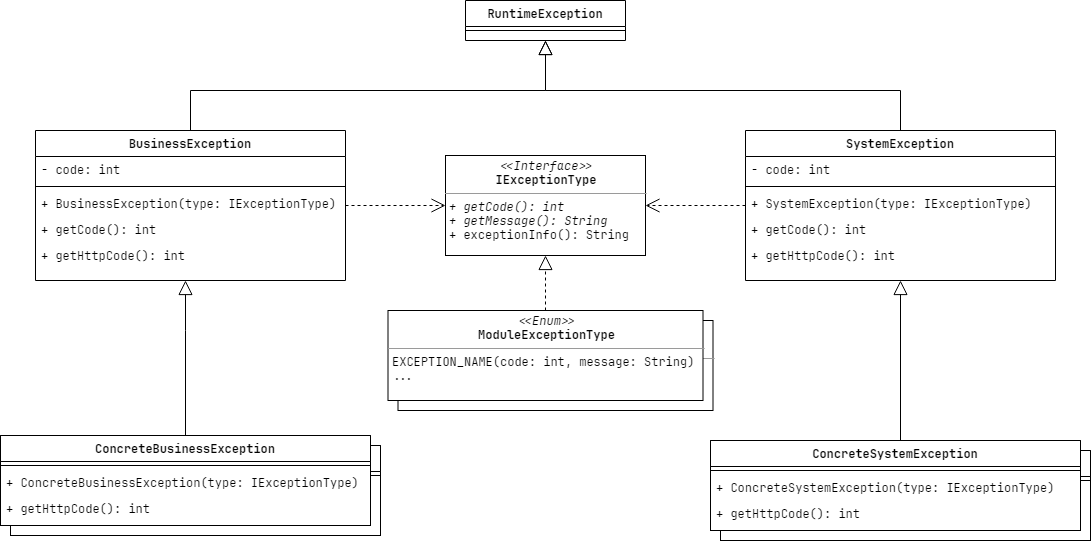
Before: design/迭代一/resource/image/异常设计.png, a diagram exported from draw.io (hellovie/online-article-reading-platform). Source tidied: cells renumbered, new cells last; positions are measured from the earlier drawing's top-left corner, leaving out a move shared by most shapes. Source of this version:
```xml
<mxGraphModel>
  <root>
    <mxCell id="0" />
    <mxCell id="1" parent="0" />
    <mxCell id="2" style="edgeStyle=orthogonalEdgeStyle;rounded=0;jettySize=auto;html=1;exitX=0.5;exitY=0;exitDx=0;exitDy=0;entryX=0.5;entryY=1;entryDx=0;entryDy=0;fontFamily=JetBrains Mono;endArrow=block;endFill=0;endSize=12;" parent="1" edge="1" source="9" target="5">
      <mxGeometry relative="1" as="geometry" />
    </mxCell>
    <mxCell id="3" value="&lt;p style=&quot;margin: 0px ; margin-top: 4px ; text-align: center&quot;&gt;&lt;i&gt;&amp;lt;&amp;lt;Interface&amp;gt;&amp;gt;&lt;/i&gt;&lt;br&gt;&lt;b&gt;IExceptionType&lt;/b&gt;&lt;/p&gt;&lt;hr size=&quot;1&quot;&gt;&lt;p style=&quot;margin: 0px ; margin-left: 4px&quot;&gt;&lt;i&gt;+ getCode(): int&lt;br&gt;&lt;/i&gt;&lt;/p&gt;&lt;p style=&quot;margin: 0px ; margin-left: 4px&quot;&gt;&lt;i&gt;+ getMessage(): String&lt;/i&gt;&lt;/p&gt;&lt;p style=&quot;margin: 0px ; margin-left: 4px&quot;&gt;+ exceptionInfo(): String&lt;/p&gt;" style="verticalAlign=top;align=left;overflow=fill;fontSize=12;fontFamily=JetBrains Mono;html=1;" parent="1" vertex="1">
      <mxGeometry x="445" y="155" width="200" height="100" as="geometry" />
    </mxCell>
    <mxCell id="4" style="edgeStyle=orthogonalEdgeStyle;rounded=0;jettySize=auto;html=1;entryX=0.5;entryY=1;entryDx=0;entryDy=0;fontFamily=JetBrains Mono;endArrow=block;endFill=0;endSize=12;" parent="1" edge="1" source="15" target="5">
      <mxGeometry relative="1" as="geometry">
        <Array as="points">
          <mxPoint x="900" y="90" />
          <mxPoint x="545" y="90" />
        </Array>
      </mxGeometry>
    </mxCell>
    <mxCell id="5" value="RuntimeException" style="swimlane;fontStyle=1;align=center;verticalAlign=top;horizontal=1;startSize=26;rounded=0;shadow=0;strokeWidth=1;fontFamily=JetBrains Mono;" parent="1" vertex="1">
      <mxGeometry x="465" width="160" height="40" as="geometry" />
    </mxCell>
    <mxCell id="6" style="line;html=1;strokeWidth=1;align=left;verticalAlign=middle;spacingTop=-1;spacingLeft=3;spacingRight=3;labelPosition=right;fontFamily=JetBrains Mono;" parent="5" vertex="1">
      <mxGeometry y="26" width="160" height="8" as="geometry" />
    </mxCell>
    <mxCell id="7" style="edgeStyle=orthogonalEdgeStyle;rounded=0;jettySize=auto;html=1;endArrow=open;endFill=0;endSize=12;fontFamily=JetBrains Mono;dashed=1;entryX=0;entryY=0.5;entryDx=0;entryDy=0;" parent="1" edge="1" source="9" target="3">
      <mxGeometry relative="1" as="geometry" />
    </mxCell>
    <mxCell id="8" style="edgeStyle=orthogonalEdgeStyle;rounded=0;jettySize=auto;html=1;endArrow=open;endFill=0;endSize=12;fontFamily=JetBrains Mono;dashed=1;entryX=1;entryY=0.5;entryDx=0;entryDy=0;" parent="1" edge="1" source="15" target="3">
      <mxGeometry relative="1" as="geometry" />
    </mxCell>
    <mxCell id="9" value="BusinessException" style="swimlane;fontStyle=1;align=center;verticalAlign=top;horizontal=1;startSize=26;rounded=0;shadow=0;strokeWidth=1;fontFamily=JetBrains Mono;" parent="1" vertex="1">
      <mxGeometry x="35" y="130" width="310" height="150" as="geometry" />
    </mxCell>
    <mxCell id="10" value="- code: int" style="text;align=left;verticalAlign=top;spacingLeft=4;spacingRight=4;overflow=hidden;rounded=0;shadow=0;html=0;fontFamily=JetBrains Mono;" parent="9" vertex="1">
      <mxGeometry y="26" width="310" height="26" as="geometry" />
    </mxCell>
    <mxCell id="11" style="line;html=1;strokeWidth=1;align=left;verticalAlign=middle;spacingTop=-1;spacingLeft=3;spacingRight=3;labelPosition=right;fontFamily=JetBrains Mono;" parent="9" vertex="1">
      <mxGeometry y="52" width="310" height="8" as="geometry" />
    </mxCell>
    <mxCell id="12" value="+ BusinessException(type: IExceptionType)" style="text;align=left;verticalAlign=top;spacingLeft=4;spacingRight=4;overflow=hidden;fontFamily=JetBrains Mono;" parent="9" vertex="1">
      <mxGeometry y="60" width="310" height="26" as="geometry" />
    </mxCell>
    <mxCell id="13" value="+ getCode(): int" style="text;align=left;verticalAlign=top;spacingLeft=4;spacingRight=4;overflow=hidden;fontFamily=JetBrains Mono;" parent="9" vertex="1">
      <mxGeometry y="86" width="310" height="26" as="geometry" />
    </mxCell>
    <mxCell id="14" value="+ getHttpCode(): int" style="text;align=left;verticalAlign=top;spacingLeft=4;spacingRight=4;overflow=hidden;fontFamily=JetBrains Mono;fontStyle=0;" parent="9" vertex="1">
      <mxGeometry y="112" width="310" height="26" as="geometry" />
    </mxCell>
    <mxCell id="15" value="SystemException" style="swimlane;fontStyle=1;align=center;verticalAlign=top;horizontal=1;startSize=26;rounded=0;shadow=0;strokeWidth=1;fontFamily=JetBrains Mono;" parent="1" vertex="1">
      <mxGeometry x="745" y="130" width="310" height="150" as="geometry" />
    </mxCell>
    <mxCell id="16" value="- code: int" style="text;align=left;verticalAlign=top;spacingLeft=4;spacingRight=4;overflow=hidden;rounded=0;shadow=0;html=0;fontFamily=JetBrains Mono;" parent="15" vertex="1">
      <mxGeometry y="26" width="310" height="26" as="geometry" />
    </mxCell>
    <mxCell id="17" style="line;html=1;strokeWidth=1;align=left;verticalAlign=middle;spacingTop=-1;spacingLeft=3;spacingRight=3;labelPosition=right;fontFamily=JetBrains Mono;" parent="15" vertex="1">
      <mxGeometry y="52" width="310" height="8" as="geometry" />
    </mxCell>
    <mxCell id="18" value="+ SystemException(type: IExceptionType)" style="text;align=left;verticalAlign=top;spacingLeft=4;spacingRight=4;overflow=hidden;fontFamily=JetBrains Mono;" parent="15" vertex="1">
      <mxGeometry y="60" width="310" height="26" as="geometry" />
    </mxCell>
    <mxCell id="19" value="+ getCode(): int" style="text;align=left;verticalAlign=top;spacingLeft=4;spacingRight=4;overflow=hidden;fontFamily=JetBrains Mono;" parent="15" vertex="1">
      <mxGeometry y="86" width="310" height="26" as="geometry" />
    </mxCell>
    <mxCell id="20" value="+ getHttpCode(): int" style="text;align=left;verticalAlign=top;spacingLeft=4;spacingRight=4;overflow=hidden;fontFamily=JetBrains Mono;fontStyle=0;" parent="15" vertex="1">
      <mxGeometry y="112" width="310" height="26" as="geometry" />
    </mxCell>
    <mxCell id="21" style="edgeStyle=orthogonalEdgeStyle;rounded=0;jettySize=auto;html=1;entryX=0.5;entryY=1;entryDx=0;entryDy=0;dashed=1;endArrow=block;endFill=0;endSize=12;fontFamily=JetBrains Mono;" parent="1" edge="1" source="50" target="3">
      <mxGeometry relative="1" as="geometry" />
    </mxCell>
    <mxCell id="22" style="group;" parent="1" vertex="1">
      <mxGeometry y="435" width="380" height="100" as="geometry" />
    </mxCell>
    <mxCell id="23" style="group;" parent="22" vertex="1">
      <mxGeometry x="10" y="10" width="370" height="90" as="geometry" />
    </mxCell>
    <mxCell id="24" style="rounded=0;whiteSpace=wrap;html=1;fillColor=#ffffff;fontFamily=JetBrains Mono;" parent="23" vertex="1">
      <mxGeometry width="370" height="90" as="geometry" />
    </mxCell>
    <mxCell id="25" value="ConcreteBusinessException" style="swimlane;fontStyle=1;align=center;verticalAlign=top;horizontal=1;startSize=26;rounded=0;shadow=0;strokeWidth=1;fontFamily=JetBrains Mono;" parent="23" vertex="1">
      <mxGeometry width="370" height="90" as="geometry" />
    </mxCell>
    <mxCell id="26" style="line;html=1;strokeWidth=1;align=left;verticalAlign=middle;spacingTop=-1;spacingLeft=3;spacingRight=3;labelPosition=right;fontFamily=JetBrains Mono;" parent="25" vertex="1">
      <mxGeometry y="26" width="370" height="8" as="geometry" />
    </mxCell>
    <mxCell id="27" value="+ ConcreteBusinessException(type: IExceptionType)" style="text;align=left;verticalAlign=top;spacingLeft=4;spacingRight=4;overflow=hidden;fontFamily=JetBrains Mono;" parent="25" vertex="1">
      <mxGeometry y="34" width="370" height="26" as="geometry" />
    </mxCell>
    <mxCell id="28" value="+ getHttpCode(): int" style="text;align=left;verticalAlign=top;spacingLeft=4;spacingRight=4;overflow=hidden;fontFamily=JetBrains Mono;fontStyle=0;" parent="25" vertex="1">
      <mxGeometry y="60" width="370" height="26" as="geometry" />
    </mxCell>
    <mxCell id="29" style="group;" parent="22" vertex="1">
      <mxGeometry width="370" height="90" as="geometry" />
    </mxCell>
    <mxCell id="30" style="rounded=0;whiteSpace=wrap;html=1;fillColor=#ffffff;fontFamily=JetBrains Mono;" parent="29" vertex="1">
      <mxGeometry width="370" height="90" as="geometry" />
    </mxCell>
    <mxCell id="31" value="ConcreteBusinessException" style="swimlane;fontStyle=1;align=center;verticalAlign=top;horizontal=1;startSize=26;rounded=0;shadow=0;strokeWidth=1;fontFamily=JetBrains Mono;" parent="29" vertex="1">
      <mxGeometry width="370" height="90" as="geometry" />
    </mxCell>
    <mxCell id="32" style="line;html=1;strokeWidth=1;align=left;verticalAlign=middle;spacingTop=-1;spacingLeft=3;spacingRight=3;labelPosition=right;fontFamily=JetBrains Mono;" parent="31" vertex="1">
      <mxGeometry y="26" width="370" height="8" as="geometry" />
    </mxCell>
    <mxCell id="33" value="+ ConcreteBusinessException(type: IExceptionType)" style="text;align=left;verticalAlign=top;spacingLeft=4;spacingRight=4;overflow=hidden;fontFamily=JetBrains Mono;" parent="31" vertex="1">
      <mxGeometry y="34" width="370" height="26" as="geometry" />
    </mxCell>
    <mxCell id="34" value="+ getHttpCode(): int" style="text;align=left;verticalAlign=top;spacingLeft=4;spacingRight=4;overflow=hidden;fontFamily=JetBrains Mono;fontStyle=0;" parent="31" vertex="1">
      <mxGeometry y="60" width="370" height="26" as="geometry" />
    </mxCell>
    <mxCell id="35" style="group;" parent="1" vertex="1">
      <mxGeometry x="710" y="440" width="380" height="100" as="geometry" />
    </mxCell>
    <mxCell id="36" style="group;" parent="35" vertex="1">
      <mxGeometry x="10" y="10" width="370" height="90" as="geometry" />
    </mxCell>
    <mxCell id="37" style="rounded=0;whiteSpace=wrap;html=1;fillColor=#ffffff;fontFamily=JetBrains Mono;" parent="36" vertex="1">
      <mxGeometry width="370" height="90" as="geometry" />
    </mxCell>
    <mxCell id="38" value="ConcreteSystemException" style="swimlane;fontStyle=1;align=center;verticalAlign=top;horizontal=1;startSize=26;rounded=0;shadow=0;strokeWidth=1;fontFamily=JetBrains Mono;" parent="36" vertex="1">
      <mxGeometry width="370" height="90" as="geometry" />
    </mxCell>
    <mxCell id="39" style="line;html=1;strokeWidth=1;align=left;verticalAlign=middle;spacingTop=-1;spacingLeft=3;spacingRight=3;labelPosition=right;fontFamily=JetBrains Mono;" parent="38" vertex="1">
      <mxGeometry y="26" width="370" height="8" as="geometry" />
    </mxCell>
    <mxCell id="40" value="+ ConcreteSystemException(type: IExceptionType)" style="text;align=left;verticalAlign=top;spacingLeft=4;spacingRight=4;overflow=hidden;fontFamily=JetBrains Mono;" parent="38" vertex="1">
      <mxGeometry y="34" width="370" height="26" as="geometry" />
    </mxCell>
    <mxCell id="41" value="+ getHttpCode(): int" style="text;align=left;verticalAlign=top;spacingLeft=4;spacingRight=4;overflow=hidden;fontFamily=JetBrains Mono;fontStyle=0;" parent="38" vertex="1">
      <mxGeometry y="60" width="370" height="26" as="geometry" />
    </mxCell>
    <mxCell id="42" style="group;" parent="35" vertex="1">
      <mxGeometry width="370" height="90" as="geometry" />
    </mxCell>
    <mxCell id="43" style="rounded=0;whiteSpace=wrap;html=1;fillColor=#ffffff;fontFamily=JetBrains Mono;" parent="42" vertex="1">
      <mxGeometry width="370" height="90" as="geometry" />
    </mxCell>
    <mxCell id="44" value="ConcreteSystemException" style="swimlane;fontStyle=1;align=center;verticalAlign=top;horizontal=1;startSize=26;rounded=0;shadow=0;strokeWidth=1;fontFamily=JetBrains Mono;" parent="42" vertex="1">
      <mxGeometry width="370" height="90" as="geometry" />
    </mxCell>
    <mxCell id="45" style="line;html=1;strokeWidth=1;align=left;verticalAlign=middle;spacingTop=-1;spacingLeft=3;spacingRight=3;labelPosition=right;fontFamily=JetBrains Mono;" parent="44" vertex="1">
      <mxGeometry y="26" width="370" height="8" as="geometry" />
    </mxCell>
    <mxCell id="46" value="+ ConcreteSystemException(type: IExceptionType)" style="text;align=left;verticalAlign=top;spacingLeft=4;spacingRight=4;overflow=hidden;fontFamily=JetBrains Mono;" parent="44" vertex="1">
      <mxGeometry y="34" width="370" height="26" as="geometry" />
    </mxCell>
    <mxCell id="47" value="+ getHttpCode(): int" style="text;align=left;verticalAlign=top;spacingLeft=4;spacingRight=4;overflow=hidden;fontFamily=JetBrains Mono;fontStyle=0;" parent="44" vertex="1">
      <mxGeometry y="60" width="370" height="26" as="geometry" />
    </mxCell>
    <mxCell id="48" style="group;" parent="1" vertex="1">
      <mxGeometry x="387.5" y="310" width="325" height="100" as="geometry" />
    </mxCell>
    <mxCell id="49" value="&lt;p style=&quot;margin: 0px ; margin-top: 4px ; text-align: center&quot;&gt;&lt;i&gt;&amp;lt;&amp;lt;Enum&amp;gt;&amp;gt;&lt;/i&gt;&lt;br&gt;&lt;b&gt;ModuleExceptionType&lt;/b&gt;&lt;/p&gt;&lt;hr size=&quot;1&quot;&gt;&lt;p style=&quot;margin: 0px ; margin-left: 4px&quot;&gt;EXCEPTION_NAME(code: int, message: String)&lt;/p&gt;&lt;p style=&quot;margin: 0px ; margin-left: 4px&quot;&gt;...&lt;/p&gt;&lt;p style=&quot;margin: 0px ; margin-left: 4px&quot;&gt;&lt;br&gt;&lt;/p&gt;" style="verticalAlign=top;align=left;overflow=fill;fontSize=12;fontFamily=JetBrains Mono;html=1;" parent="48" vertex="1">
      <mxGeometry x="10" y="10" width="315" height="90" as="geometry" />
    </mxCell>
    <mxCell id="50" value="&lt;p style=&quot;margin: 0px ; margin-top: 4px ; text-align: center&quot;&gt;&lt;i&gt;&amp;lt;&amp;lt;Enum&amp;gt;&amp;gt;&lt;/i&gt;&lt;br&gt;&lt;b&gt;ModuleExceptionType&lt;/b&gt;&lt;/p&gt;&lt;hr size=&quot;1&quot;&gt;&lt;p style=&quot;margin: 0px ; margin-left: 4px&quot;&gt;EXCEPTION_NAME(code: int, message: String)&lt;/p&gt;&lt;p style=&quot;margin: 0px ; margin-left: 4px&quot;&gt;...&lt;/p&gt;&lt;p style=&quot;margin: 0px ; margin-left: 4px&quot;&gt;&lt;br&gt;&lt;/p&gt;" style="verticalAlign=top;align=left;overflow=fill;fontSize=12;fontFamily=JetBrains Mono;html=1;" parent="48" vertex="1">
      <mxGeometry width="315" height="90" as="geometry" />
    </mxCell>
    <mxCell id="51" style="edgeStyle=orthogonalEdgeStyle;rounded=0;jettySize=auto;html=1;fontFamily=JetBrains Mono;endArrow=block;endFill=0;endSize=12;exitX=0.5;exitY=0;exitDx=0;exitDy=0;" parent="1" edge="1" source="31" target="9">
      <mxGeometry relative="1" as="geometry">
        <Array as="points">
          <mxPoint x="185" y="330" />
          <mxPoint x="185" y="330" />
        </Array>
      </mxGeometry>
    </mxCell>
    <mxCell id="52" style="edgeStyle=orthogonalEdgeStyle;rounded=0;jettySize=auto;html=1;fontFamily=JetBrains Mono;endArrow=block;endFill=0;endSize=12;exitX=0.5;exitY=0;exitDx=0;exitDy=0;entryX=0.5;entryY=1;entryDx=0;entryDy=0;" parent="1" edge="1" source="44" target="15">
      <mxGeometry relative="1" as="geometry">
        <Array as="points">
          <mxPoint x="900" y="440" />
        </Array>
      </mxGeometry>
    </mxCell>
  </root>
</mxGraphModel>
```
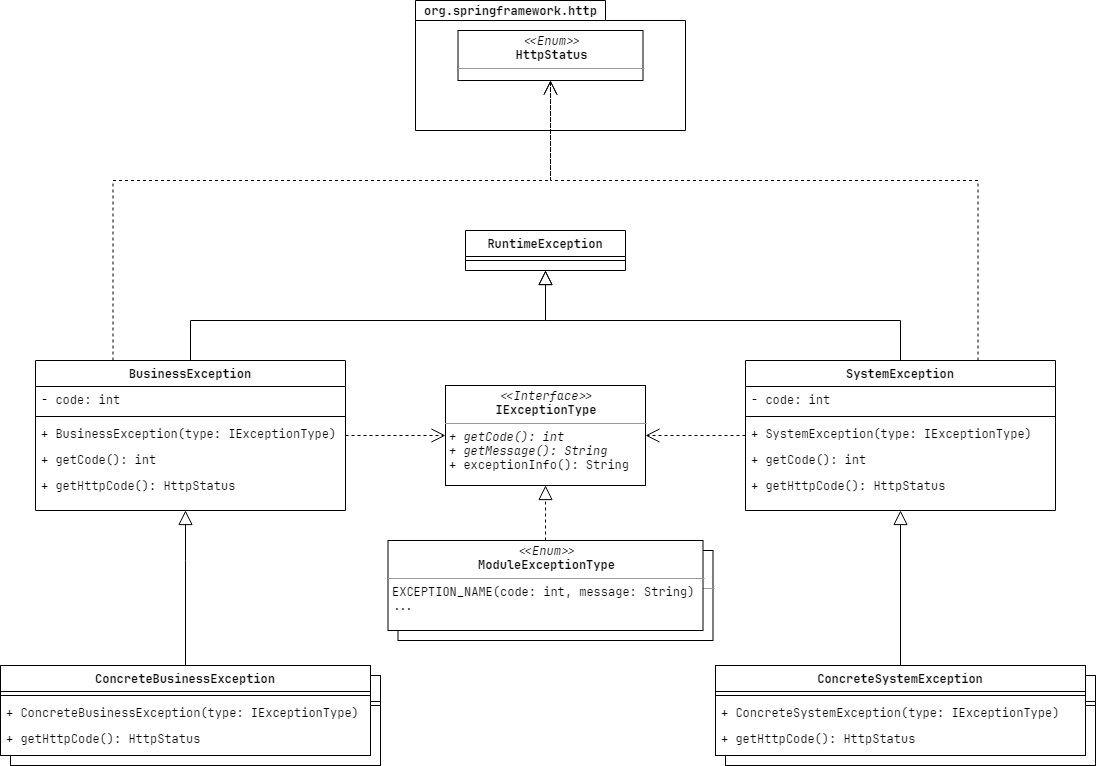
After the commit.

Diff of the diagram source:
```diff
@@ -43,7 +43,7 @@
     <mxCell id="13" value="+ getCode(): int" style="text;align=left;verticalAlign=top;spacingLeft=4;spacingRight=4;overflow=hidden;fontFamily=JetBrains Mono;" parent="9" vertex="1">
       <mxGeometry y="86" width="310" height="26" as="geometry" />
     </mxCell>
-    <mxCell id="14" value="+ getHttpCode(): int" style="text;align=left;verticalAlign=top;spacingLeft=4;spacingRight=4;overflow=hidden;fontFamily=JetBrains Mono;fontStyle=0;" parent="9" vertex="1">
+    <mxCell id="14" value="+ getHttpCode(): HttpStatus" style="text;align=left;verticalAlign=top;spacingLeft=4;spacingRight=4;overflow=hidden;fontFamily=JetBrains Mono;fontStyle=0;" parent="9" vertex="1">
       <mxGeometry y="112" width="310" height="26" as="geometry" />
     </mxCell>
     <mxCell id="15" value="SystemException" style="swimlane;fontStyle=1;align=center;verticalAlign=top;horizontal=1;startSize=26;rounded=0;shadow=0;strokeWidth=1;fontFamily=JetBrains Mono;" parent="1" vertex="1">
@@ -61,7 +61,7 @@
     <mxCell id="19" value="+ getCode(): int" style="text;align=left;verticalAlign=top;spacingLeft=4;spacingRight=4;overflow=hidden;fontFamily=JetBrains Mono;" parent="15" vertex="1">
       <mxGeometry y="86" width="310" height="26" as="geometry" />
     </mxCell>
-    <mxCell id="20" value="+ getHttpCode(): int" style="text;align=left;verticalAlign=top;spacingLeft=4;spacingRight=4;overflow=hidden;fontFamily=JetBrains Mono;fontStyle=0;" parent="15" vertex="1">
+    <mxCell id="20" value="+ getHttpCode(): HttpStatus" style="text;align=left;verticalAlign=top;spacingLeft=4;spacingRight=4;overflow=hidden;fontFamily=JetBrains Mono;fontStyle=0;" parent="15" vertex="1">
       <mxGeometry y="112" width="310" height="26" as="geometry" />
     </mxCell>
     <mxCell id="21" style="edgeStyle=orthogonalEdgeStyle;rounded=0;jettySize=auto;html=1;entryX=0.5;entryY=1;entryDx=0;entryDy=0;dashed=1;endArrow=block;endFill=0;endSize=12;fontFamily=JetBrains Mono;" parent="1" edge="1" source="50" target="3">
@@ -103,11 +103,11 @@
     <mxCell id="33" value="+ ConcreteBusinessException(type: IExceptionType)" style="text;align=left;verticalAlign=top;spacingLeft=4;spacingRight=4;overflow=hidden;fontFamily=JetBrains Mono;" parent="31" vertex="1">
       <mxGeometry y="34" width="370" height="26" as="geometry" />
     </mxCell>
-    <mxCell id="34" value="+ getHttpCode(): int" style="text;align=left;verticalAlign=top;spacingLeft=4;spacingRight=4;overflow=hidden;fontFamily=JetBrains Mono;fontStyle=0;" parent="31" vertex="1">
+    <mxCell id="34" value="+ getHttpCode(): HttpStatus" style="text;align=left;verticalAlign=top;spacingLeft=4;spacingRight=4;overflow=hidden;fontFamily=JetBrains Mono;fontStyle=0;" parent="31" vertex="1">
       <mxGeometry y="60" width="370" height="26" as="geometry" />
     </mxCell>
     <mxCell id="35" style="group;" parent="1" vertex="1">
-      <mxGeometry x="710" y="440" width="380" height="100" as="geometry" />
+      <mxGeometry x="715" y="435" width="380" height="100" as="geometry" />
     </mxCell>
     <mxCell id="36" style="group;" parent="35" vertex="1">
       <mxGeometry x="10" y="10" width="370" height="90" as="geometry" />
@@ -142,7 +142,7 @@
     <mxCell id="46" value="+ ConcreteSystemException(type: IExceptionType)" style="text;align=left;verticalAlign=top;spacingLeft=4;spacingRight=4;overflow=hidden;fontFamily=JetBrains Mono;" parent="44" vertex="1">
       <mxGeometry y="34" width="370" height="26" as="geometry" />
     </mxCell>
-    <mxCell id="47" value="+ getHttpCode(): int" style="text;align=left;verticalAlign=top;spacingLeft=4;spacingRight=4;overflow=hidden;fontFamily=JetBrains Mono;fontStyle=0;" parent="44" vertex="1">
+    <mxCell id="47" value="+ getHttpCode(): HttpStatus" style="text;align=left;verticalAlign=top;spacingLeft=4;spacingRight=4;overflow=hidden;fontFamily=JetBrains Mono;fontStyle=0;" parent="44" vertex="1">
       <mxGeometry y="60" width="370" height="26" as="geometry" />
     </mxCell>
     <mxCell id="48" style="group;" parent="1" vertex="1">
@@ -162,12 +162,36 @@
         </Array>
       </mxGeometry>
     </mxCell>
-    <mxCell id="52" style="edgeStyle=orthogonalEdgeStyle;rounded=0;jettySize=auto;html=1;fontFamily=JetBrains Mono;endArrow=block;endFill=0;endSize=12;exitX=0.5;exitY=0;exitDx=0;exitDy=0;entryX=0.5;entryY=1;entryDx=0;entryDy=0;" parent="1" edge="1" source="44" target="15">
-      <mxGeometry relative="1" as="geometry">
-        <Array as="points">
-          <mxPoint x="900" y="440" />
-        </Array>
-      </mxGeometry>
+    <mxCell id="52" style="edgeStyle=orthogonalEdgeStyle;rounded=0;jettySize=auto;html=1;fontFamily=JetBrains Mono;endArrow=block;endFill=0;endSize=12;entryX=0.5;entryY=1;entryDx=0;entryDy=0;exitX=0.5;exitY=0;exitDx=0;exitDy=0;" parent="1" edge="1" source="44" target="15">
+      <mxGeometry relative="1" as="geometry" />
     </mxCell>
+    <mxCell id="53" style="group;" parent="1" vertex="1">
+      <mxGeometry x="415" y="-230" width="270" height="130" as="geometry" />
+    </mxCell>
+    <mxCell id="54" style="shape=folder;fontStyle=1;spacingTop=10;tabWidth=190;tabHeight=20;tabPosition=left;html=1;fontFamily=JetBrains Mono;" parent="53" vertex="1">
+      <mxGeometry width="270" height="130" as="geometry" />
+    </mxCell>
+    <mxCell id="55" value="&lt;span style=&quot;font-weight: 700&quot;&gt;org.springframework.http&lt;/span&gt;" style="text;html=1;align=center;verticalAlign=middle;fontFamily=JetBrains Mono;" parent="53" vertex="1">
+      <mxGeometry width="190" height="20" as="geometry" />
+    </mxCell>
+    <mxCell id="56" value="&lt;p style=&quot;margin: 0px ; margin-top: 4px ; text-align: center&quot;&gt;&lt;i&gt;&amp;lt;&amp;lt;Enum&amp;gt;&amp;gt;&lt;/i&gt;&lt;br&gt;&lt;b&gt;HttpStatus&lt;/b&gt;&lt;/p&gt;&lt;hr size=&quot;1&quot;&gt;&lt;p style=&quot;margin: 0px ; margin-left: 4px&quot;&gt;&lt;br&gt;&lt;/p&gt;&lt;p style=&quot;margin: 0px ; margin-left: 4px&quot;&gt;&lt;br&gt;&lt;/p&gt;" style="verticalAlign=top;align=left;overflow=fill;fontSize=12;fontFamily=JetBrains Mono;html=1;" parent="53" vertex="1">
+      <mxGeometry x="42.5" y="30" width="185" height="50" as="geometry" />
+    </mxCell>
+    <mxCell id="57" style="edgeStyle=orthogonalEdgeStyle;rounded=0;jettySize=auto;html=1;endArrow=open;endFill=0;endSize=12;fontFamily=JetBrains Mono;dashed=1;entryX=0.5;entryY=1;entryDx=0;entryDy=0;exitX=0.25;exitY=0;exitDx=0;exitDy=0;" parent="1" edge="1" source="9" target="56">
+      <mxGeometry relative="1" as="geometry">
+        <Array as="points">
+          <mxPoint x="113" y="-50" />
+          <mxPoint x="550" y="-50" />
+        </Array>
+      </mxGeometry>
+    </mxCell>
+    <mxCell id="58" style="edgeStyle=orthogonalEdgeStyle;rounded=0;jettySize=auto;html=1;endArrow=open;endFill=0;endSize=12;fontFamily=JetBrains Mono;dashed=1;exitX=0.75;exitY=0;exitDx=0;exitDy=0;" parent="1" edge="1" source="15" target="56">
+      <mxGeometry relative="1" as="geometry">
+        <Array as="points">
+          <mxPoint x="978" y="-50" />
+          <mxPoint x="550" y="-50" />
+        </Array>
+      </mxGeometry>
+    </mxCell>
   </root>
 </mxGraphModel>
```
